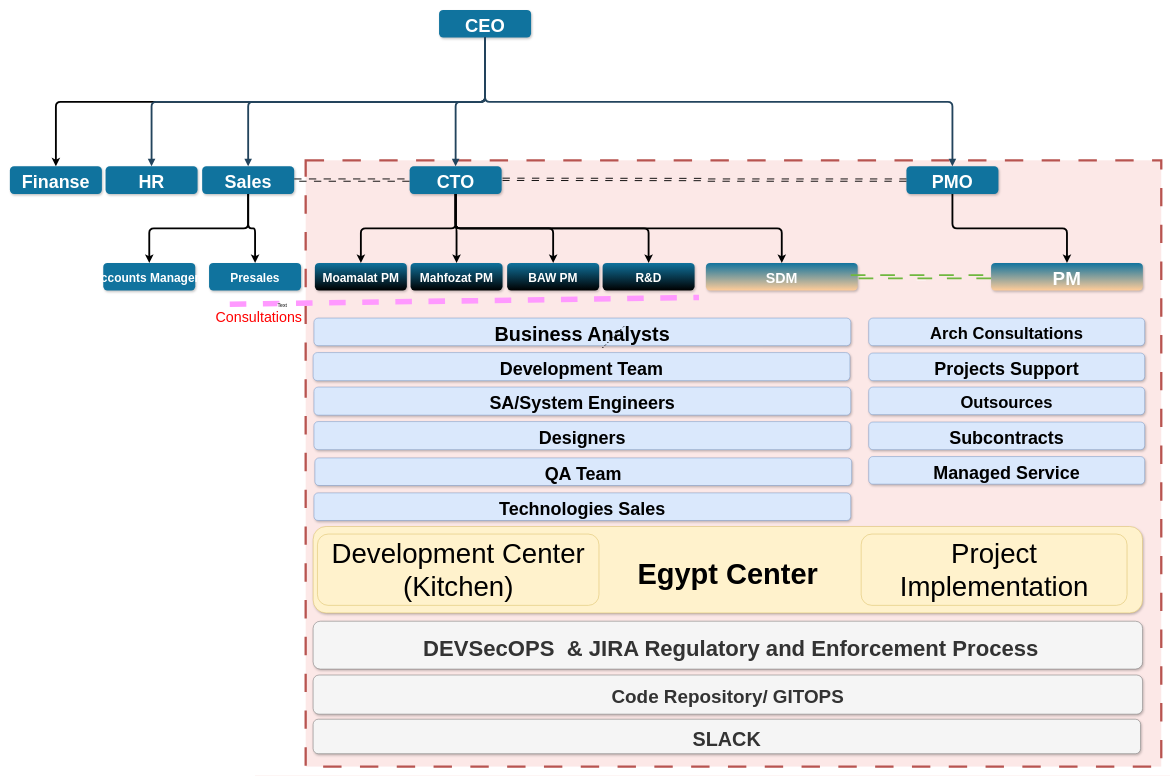
Above: Untitled Diagram9.drawio in Basharabulaban/dataserve (draw.io), before the change. Source tidied: cells renumbered, new cells numbered last; positions are measured from the earlier drawing's top-left corner, leaving out a move shared by most shapes. Both pictures are drawn from the tidied source at 46%, with x=0, y=0 at pixel (10, 10).
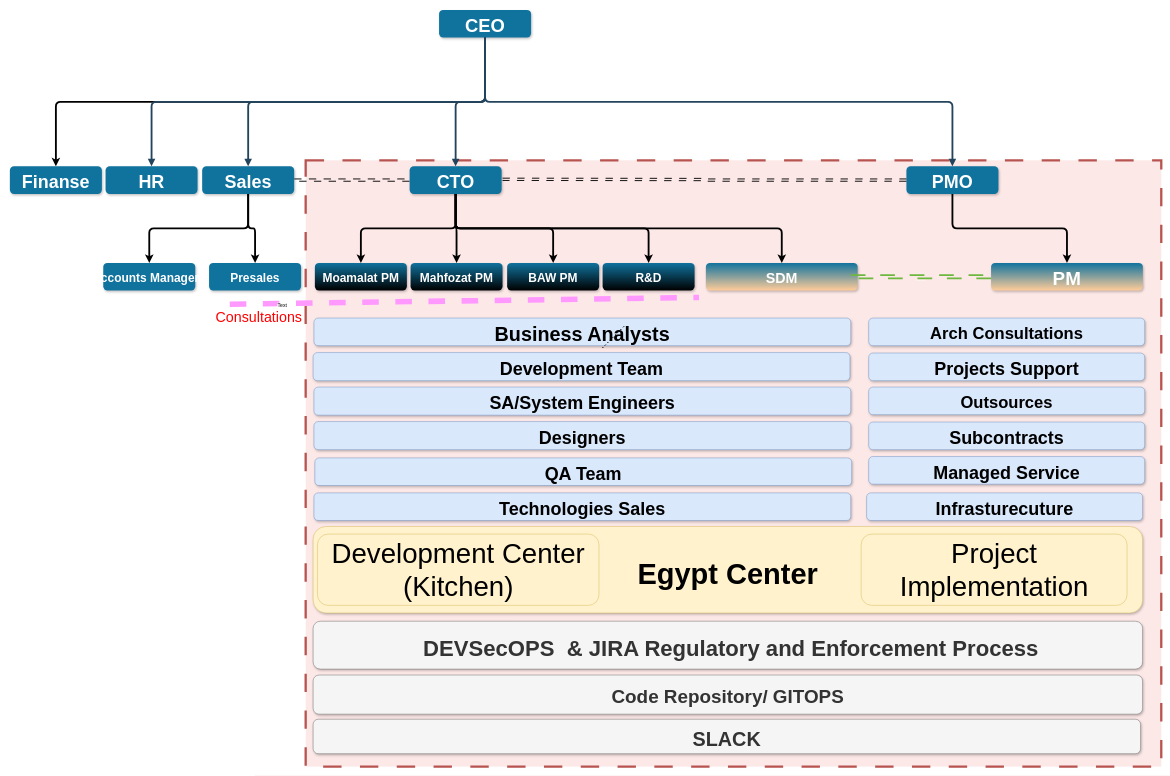
Above is the later version.

The edit, as a diff of the source:
```diff
@@
+    <mxCell id="56" value="Infrasturecuture" style="rounded=1;fillColor=#dae8fc;strokeColor=#6c8ebf;shadow=1;fontStyle=1;fontSize=39;" parent="1" vertex="1">
+      <mxGeometry x="1862.5" y="1050" width="600" height="60" as="geometry" />
+    </mxCell>
```
